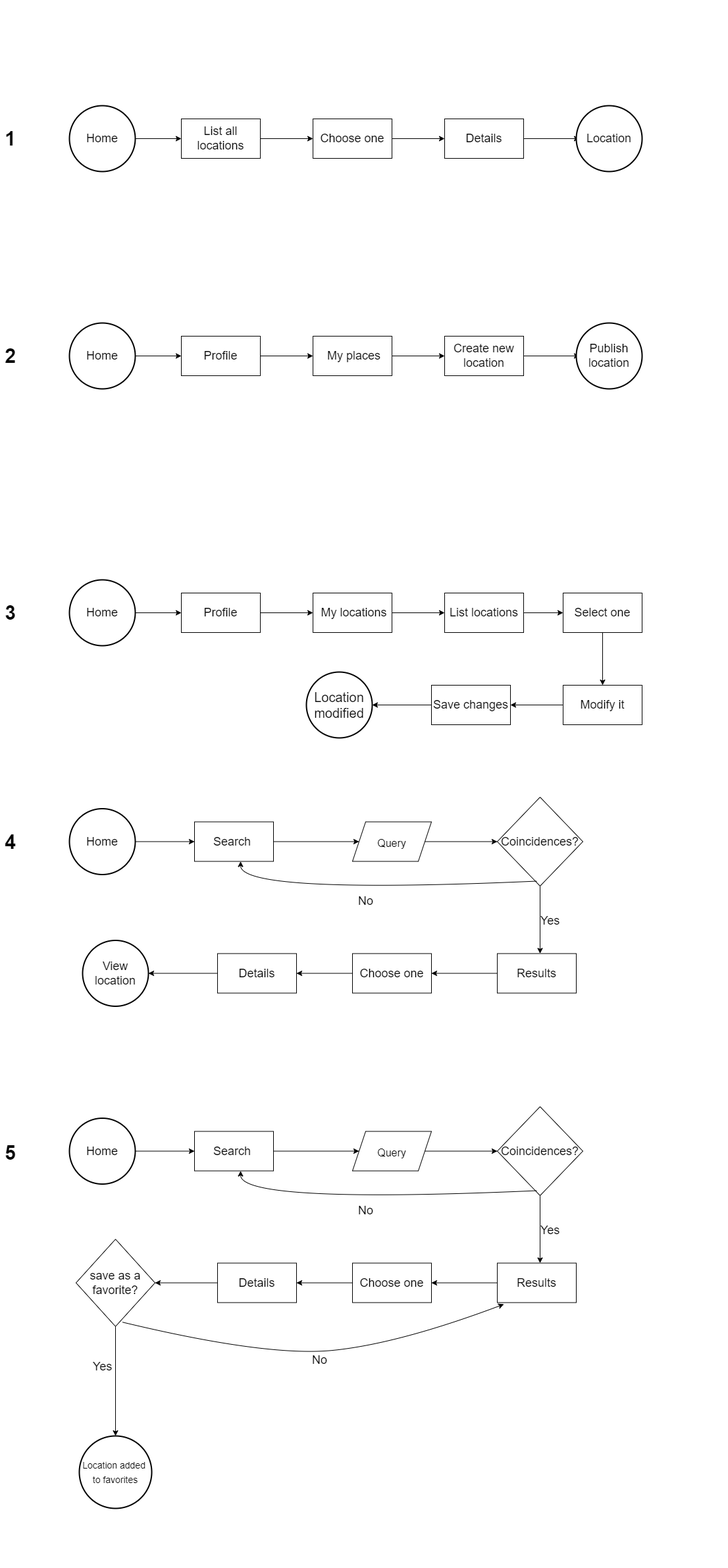
Before: staff/paula-rey/full-stack/final-project/docs/images/flow-chart.png, a diagram exported from draw.io (b00tc4mp/neoland-bootcamp-202201). Source tidied: cells renumbered, new cells last; positions are measured from the earlier drawing's top-left corner, leaving out a move shared by most shapes.
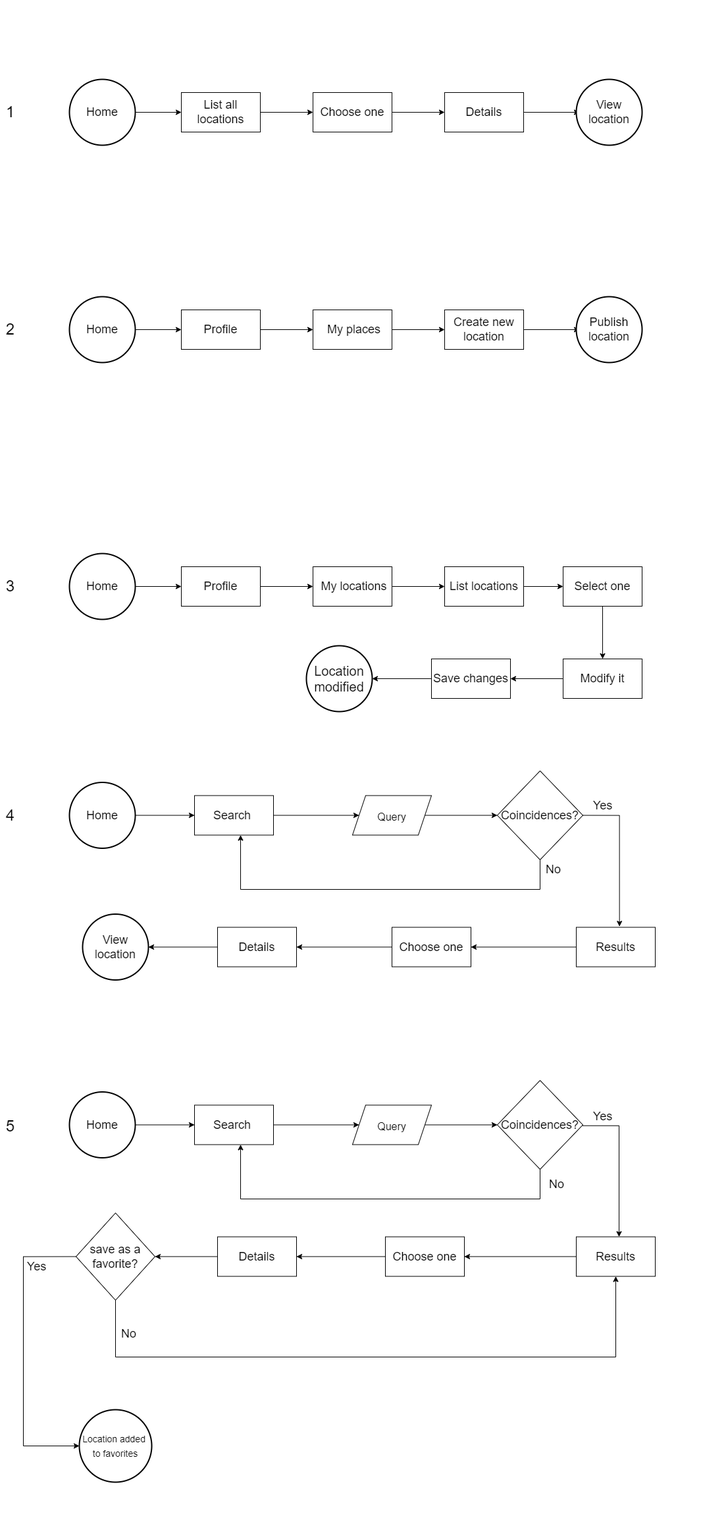
After the commit.

The edit, as a diff of the source:
```diff
@@ -14,10 +14,8 @@
     <mxCell id="5" value="&lt;font style=&quot;font-size: 18px&quot;&gt;Search&amp;nbsp;&lt;/font&gt;" style="whiteSpace=wrap;html=1;" parent="1" vertex="1">
       <mxGeometry x="295" y="1247.5" width="120" height="60" as="geometry" />
     </mxCell>
-    <mxCell id="6" style="edgeStyle=orthogonalEdgeStyle;rounded=0;jettySize=auto;html=1;fontSize=18;" parent="1" edge="1" source="7">
-      <mxGeometry relative="1" as="geometry">
-        <mxPoint x="820" y="1447.5" as="targetPoint" />
-      </mxGeometry>
+    <mxCell id="6" style="edgeStyle=orthogonalEdgeStyle;rounded=0;jettySize=auto;html=1;fontSize=18;exitX=1;exitY=0.5;exitDx=0;exitDy=0;entryX=0.547;entryY=-0.021;entryDx=0;entryDy=0;entryPerimeter=0;" parent="1" edge="1" source="7" target="41">
+      <mxGeometry relative="1" as="geometry" />
     </mxCell>
     <mxCell id="7" value="Coincidences?" style="rhombus;whiteSpace=wrap;html=1;fontSize=18;" parent="1" vertex="1">
       <mxGeometry x="755" y="1210" width="130" height="135" as="geometry" />
@@ -48,14 +46,14 @@
     <mxCell id="15" value="&lt;font style=&quot;font-size: 18px&quot;&gt;Choose one&lt;/font&gt;" style="whiteSpace=wrap;html=1;" parent="1" vertex="1">
       <mxGeometry x="475" y="180" width="120" height="60" as="geometry" />
     </mxCell>
-    <mxCell id="16" value="&lt;span style=&quot;font-size: 18px&quot;&gt;Location&lt;/span&gt;" style="ellipse;whiteSpace=wrap;html=1;strokeWidth=2;" parent="1" vertex="1">
+    <mxCell id="16" value="&lt;span style=&quot;font-size: 18px&quot;&gt;View&lt;br&gt;location&lt;/span&gt;" style="ellipse;whiteSpace=wrap;html=1;strokeWidth=2;" parent="1" vertex="1">
       <mxGeometry x="875" y="160" width="100" height="100" as="geometry" />
     </mxCell>
-    <mxCell id="17" value="&lt;font size=&quot;1&quot;&gt;&lt;b style=&quot;font-size: 30px&quot;&gt;1&lt;/b&gt;&lt;/font&gt;" style="text;html=1;align=center;verticalAlign=middle;strokeColor=none;fillColor=none;fontSize=18;strokeWidth=1;" parent="1" vertex="1">
-      <mxGeometry y="190" width="30" height="40" as="geometry" />
+    <mxCell id="17" value="&lt;font style=&quot;font-size: 24px&quot;&gt;1&lt;/font&gt;" style="text;html=1;align=center;verticalAlign=middle;strokeColor=none;fillColor=none;fontSize=18;" parent="1" vertex="1">
+      <mxGeometry y="195" width="30" height="30" as="geometry" />
     </mxCell>
-    <mxCell id="18" value="&lt;font size=&quot;1&quot;&gt;&lt;b style=&quot;font-size: 30px&quot;&gt;4&lt;/b&gt;&lt;/font&gt;" style="text;html=1;align=center;verticalAlign=middle;strokeColor=none;fillColor=none;fontSize=18;strokeWidth=1;" parent="1" vertex="1">
-      <mxGeometry y="1257.5" width="30" height="40" as="geometry" />
+    <mxCell id="18" value="&lt;font style=&quot;font-size: 24px&quot;&gt;4&lt;/font&gt;" style="text;html=1;align=center;verticalAlign=middle;strokeColor=none;fillColor=none;fontSize=18;" parent="1" vertex="1">
+      <mxGeometry y="1262.5" width="30" height="30" as="geometry" />
     </mxCell>
     <mxCell id="19" style="edgeStyle=orthogonalEdgeStyle;rounded=0;jettySize=auto;html=1;fontSize=18;" parent="1" edge="1" source="20">
       <mxGeometry relative="1" as="geometry">
@@ -65,8 +63,8 @@
     <mxCell id="20" value="&lt;font size=&quot;3&quot;&gt;Query&lt;/font&gt;" style="shape=parallelogram;perimeter=parallelogramPerimeter;whiteSpace=wrap;html=1;fixedSize=1;fontSize=24;" parent="1" vertex="1">
       <mxGeometry x="535" y="1247.5" width="120" height="60" as="geometry" />
     </mxCell>
-    <mxCell id="21" value="&lt;font size=&quot;1&quot;&gt;&lt;b style=&quot;font-size: 30px&quot;&gt;5&lt;/b&gt;&lt;/font&gt;" style="text;html=1;align=center;verticalAlign=middle;strokeColor=none;fillColor=none;fontSize=18;strokeWidth=1;" parent="1" vertex="1">
-      <mxGeometry y="1730" width="30" height="40" as="geometry" />
+    <mxCell id="21" value="&lt;font style=&quot;font-size: 24px&quot;&gt;5&lt;/font&gt;" style="text;html=1;align=center;verticalAlign=middle;strokeColor=none;fillColor=none;fontSize=18;" parent="1" vertex="1">
+      <mxGeometry y="1735" width="30" height="30" as="geometry" />
     </mxCell>
     <mxCell id="22" style="edgeStyle=orthogonalEdgeStyle;rounded=0;jettySize=auto;html=1;fontSize=24;" parent="1" edge="1" source="23" target="25">
       <mxGeometry relative="1" as="geometry" />
@@ -97,14 +95,14 @@
     <mxCell id="30" value="&lt;span style=&quot;font-size: 18px&quot;&gt;Publish location&lt;/span&gt;" style="ellipse;whiteSpace=wrap;html=1;strokeWidth=2;" parent="1" vertex="1">
       <mxGeometry x="875" y="490" width="100" height="100" as="geometry" />
     </mxCell>
-    <mxCell id="31" value="&lt;font size=&quot;1&quot;&gt;&lt;b style=&quot;font-size: 30px&quot;&gt;2&lt;/b&gt;&lt;/font&gt;" style="text;html=1;align=center;verticalAlign=middle;strokeColor=none;fillColor=none;fontSize=18;strokeWidth=1;" parent="1" vertex="1">
-      <mxGeometry y="520" width="30" height="40" as="geometry" />
+    <mxCell id="31" value="&lt;font style=&quot;font-size: 24px&quot;&gt;2&lt;/font&gt;" style="text;html=1;align=center;verticalAlign=middle;strokeColor=none;fillColor=none;fontSize=18;" parent="1" vertex="1">
+      <mxGeometry y="525" width="30" height="30" as="geometry" />
     </mxCell>
     <mxCell id="32" style="edgeStyle=orthogonalEdgeStyle;rounded=0;jettySize=auto;html=1;fontSize=18;" parent="1" edge="1" source="33" target="35">
       <mxGeometry relative="1" as="geometry" />
     </mxCell>
     <mxCell id="33" value="Choose one" style="whiteSpace=wrap;html=1;fontSize=18;" parent="1" vertex="1">
-      <mxGeometry x="535" y="1447.5" width="120" height="60" as="geometry" />
+      <mxGeometry x="595" y="1447.5" width="120" height="60" as="geometry" />
     </mxCell>
     <mxCell id="34" style="edgeStyle=orthogonalEdgeStyle;rounded=0;jettySize=auto;html=1;fontSize=18;" parent="1" edge="1" source="35" target="36">
       <mxGeometry relative="1" as="geometry" />
@@ -116,25 +114,25 @@
       <mxGeometry x="125" y="1427.5" width="100" height="100" as="geometry" />
     </mxCell>
     <mxCell id="37" value="Yes" style="text;html=1;align=center;verticalAlign=middle;strokeColor=none;fillColor=none;fontSize=18;" parent="1" vertex="1">
-      <mxGeometry x="810" y="1382.5" width="50" height="30" as="geometry" />
+      <mxGeometry x="890" y="1247.5" width="50" height="30" as="geometry" />
     </mxCell>
-    <mxCell id="38" style="curved=1;endArrow=classic;html=1;rounded=0;fontSize=18;" parent="1" edge="1">
+    <mxCell id="38" style="endArrow=classic;html=1;rounded=0;fontSize=18;edgeStyle=orthogonalEdgeStyle;exitX=0.5;exitY=1;exitDx=0;exitDy=0;" parent="1" edge="1" source="7">
       <mxGeometry relative="1" as="geometry">
-        <mxPoint x="815" y="1337.5" as="sourcePoint" />
         <mxPoint x="365" y="1307.5" as="targetPoint" />
         <Array as="points">
-          <mxPoint x="365" y="1357.5" />
+          <mxPoint x="820" y="1390" />
+          <mxPoint x="365" y="1390" />
         </Array>
       </mxGeometry>
     </mxCell>
     <mxCell id="39" value="No" style="text;html=1;align=center;verticalAlign=middle;strokeColor=none;fillColor=none;fontSize=18;" parent="1" vertex="1">
-      <mxGeometry x="535" y="1352.5" width="40" height="30" as="geometry" />
+      <mxGeometry x="820" y="1345" width="40" height="30" as="geometry" />
     </mxCell>
     <mxCell id="40" style="edgeStyle=orthogonalEdgeStyle;rounded=0;jettySize=auto;html=1;fontSize=18;" parent="1" edge="1" source="41" target="33">
       <mxGeometry relative="1" as="geometry" />
     </mxCell>
     <mxCell id="41" value="Results" style="rounded=0;whiteSpace=wrap;html=1;fontSize=18;" parent="1" vertex="1">
-      <mxGeometry x="755" y="1447.5" width="120" height="60" as="geometry" />
+      <mxGeometry x="875" y="1447.5" width="120" height="60" as="geometry" />
     </mxCell>
     <mxCell id="42" style="edgeStyle=orthogonalEdgeStyle;rounded=0;jettySize=auto;html=1;fontSize=24;" parent="1" edge="1" source="43" target="45">
       <mxGeometry relative="1" as="geometry" />
@@ -148,11 +146,6 @@
     <mxCell id="45" value="&lt;font style=&quot;font-size: 18px&quot;&gt;Search&amp;nbsp;&lt;/font&gt;" style="whiteSpace=wrap;html=1;" parent="1" vertex="1">
       <mxGeometry x="295" y="1717.5" width="120" height="60" as="geometry" />
     </mxCell>
-    <mxCell id="46" style="edgeStyle=orthogonalEdgeStyle;rounded=0;jettySize=auto;html=1;fontSize=18;" parent="1" edge="1" source="47">
-      <mxGeometry relative="1" as="geometry">
-        <mxPoint x="820" y="1917.5" as="targetPoint" />
-      </mxGeometry>
-    </mxCell>
     <mxCell id="47" value="Coincidences?" style="rhombus;whiteSpace=wrap;html=1;fontSize=18;" parent="1" vertex="1">
       <mxGeometry x="755" y="1680" width="130" height="135" as="geometry" />
     </mxCell>
@@ -168,7 +161,7 @@
       <mxGeometry relative="1" as="geometry" />
     </mxCell>
     <mxCell id="51" value="Choose one" style="whiteSpace=wrap;html=1;fontSize=18;" parent="1" vertex="1">
-      <mxGeometry x="535" y="1917.5" width="120" height="60" as="geometry" />
+      <mxGeometry x="585" y="1917.5" width="120" height="60" as="geometry" />
     </mxCell>
     <mxCell id="52" style="edgeStyle=orthogonalEdgeStyle;rounded=0;jettySize=auto;html=1;fontSize=18;" parent="1" edge="1" source="53">
       <mxGeometry relative="1" as="geometry">
@@ -179,25 +172,16 @@
       <mxGeometry x="330" y="1917.5" width="120" height="60" as="geometry" />
     </mxCell>
     <mxCell id="54" value="Yes" style="text;html=1;align=center;verticalAlign=middle;strokeColor=none;fillColor=none;fontSize=18;" parent="1" vertex="1">
-      <mxGeometry x="810" y="1852.5" width="50" height="30" as="geometry" />
+      <mxGeometry x="890" y="1720" width="50" height="30" as="geometry" />
     </mxCell>
-    <mxCell id="55" style="curved=1;endArrow=classic;html=1;rounded=0;fontSize=18;" parent="1" edge="1">
-      <mxGeometry relative="1" as="geometry">
-        <mxPoint x="815" y="1807.5" as="sourcePoint" />
-        <mxPoint x="365" y="1777.5" as="targetPoint" />
-        <Array as="points">
-          <mxPoint x="365" y="1827.5" />
-        </Array>
-      </mxGeometry>
-    </mxCell>
     <mxCell id="56" value="No" style="text;html=1;align=center;verticalAlign=middle;strokeColor=none;fillColor=none;fontSize=18;" parent="1" vertex="1">
-      <mxGeometry x="535" y="1822.5" width="40" height="30" as="geometry" />
+      <mxGeometry x="825" y="1822.5" width="40" height="30" as="geometry" />
     </mxCell>
     <mxCell id="57" style="edgeStyle=orthogonalEdgeStyle;rounded=0;jettySize=auto;html=1;fontSize=18;" parent="1" edge="1" source="58" target="51">
       <mxGeometry relative="1" as="geometry" />
     </mxCell>
     <mxCell id="58" value="Results" style="rounded=0;whiteSpace=wrap;html=1;fontSize=18;" parent="1" vertex="1">
-      <mxGeometry x="755" y="1917.5" width="120" height="60" as="geometry" />
+      <mxGeometry x="875" y="1917.5" width="120" height="60" as="geometry" />
     </mxCell>
     <mxCell id="59" style="edgeStyle=orthogonalEdgeStyle;rounded=0;jettySize=auto;html=1;fontSize=24;" parent="1" edge="1" source="60" target="62">
       <mxGeometry relative="1" as="geometry" />
@@ -223,8 +207,8 @@
     <mxCell id="66" value="&lt;span style=&quot;font-size: 18px&quot;&gt;&amp;nbsp;My locations&lt;/span&gt;" style="whiteSpace=wrap;html=1;" parent="1" vertex="1">
       <mxGeometry x="475" y="900" width="120" height="60" as="geometry" />
     </mxCell>
-    <mxCell id="67" value="&lt;font size=&quot;1&quot;&gt;&lt;b style=&quot;font-size: 30px&quot;&gt;3&lt;/b&gt;&lt;/font&gt;" style="text;html=1;align=center;verticalAlign=middle;strokeColor=none;fillColor=none;fontSize=18;strokeWidth=1;" parent="1" vertex="1">
-      <mxGeometry y="910" width="30" height="40" as="geometry" />
+    <mxCell id="67" value="&lt;font style=&quot;font-size: 24px&quot;&gt;3&lt;/font&gt;" style="text;html=1;align=center;verticalAlign=middle;strokeColor=none;fillColor=none;fontSize=18;" parent="1" vertex="1">
+      <mxGeometry y="915" width="30" height="30" as="geometry" />
     </mxCell>
     <mxCell id="68" style="edgeStyle=orthogonalEdgeStyle;rounded=0;jettySize=auto;html=1;fontSize=18;" parent="1" edge="1" source="69" target="71">
       <mxGeometry relative="1" as="geometry" />
@@ -247,27 +231,31 @@
     <mxCell id="74" value="&lt;span style=&quot;font-family: , &amp;#34;blinkmacsystemfont&amp;#34; , &amp;#34;segoe ui&amp;#34; , &amp;#34;roboto&amp;#34; , &amp;#34;helvetica&amp;#34; , &amp;#34;arial&amp;#34; , sans-serif ; font-size: 20px ; text-align: left ; background-color: rgb(255 , 255 , 255)&quot;&gt;Location modified&lt;/span&gt;" style="ellipse;whiteSpace=wrap;html=1;strokeWidth=2;" parent="1" vertex="1">
       <mxGeometry x="465" y="1020" width="100" height="100" as="geometry" />
     </mxCell>
-    <mxCell id="75" style="edgeStyle=orthogonalEdgeStyle;rounded=0;jettySize=auto;html=1;fontSize=18;entryX=0.5;entryY=0;entryDx=0;entryDy=0;" parent="1" edge="1" source="76" target="78">
-      <mxGeometry relative="1" as="geometry" />
+    <mxCell id="75" style="edgeStyle=orthogonalEdgeStyle;rounded=0;jettySize=auto;html=1;fontSize=18;entryX=0;entryY=0.5;entryDx=0;entryDy=0;exitX=0;exitY=0.5;exitDx=0;exitDy=0;" parent="1" edge="1" source="76" target="78">
+      <mxGeometry relative="1" as="geometry">
+        <Array as="points">
+          <mxPoint x="35" y="1948" />
+          <mxPoint x="35" y="2235" />
+        </Array>
+      </mxGeometry>
     </mxCell>
     <mxCell id="76" value="&lt;font style=&quot;font-size: 18px&quot;&gt;save as a favorite?&lt;/font&gt;" style="rhombus;whiteSpace=wrap;html=1;" parent="1" vertex="1">
       <mxGeometry x="115" y="1881.2" width="120" height="132.5" as="geometry" />
     </mxCell>
     <mxCell id="77" value="No" style="text;html=1;align=center;verticalAlign=middle;strokeColor=none;fillColor=none;fontSize=18;" parent="1" vertex="1">
-      <mxGeometry x="465" y="2050" width="40" height="30" as="geometry" />
+      <mxGeometry x="175" y="2050" width="40" height="30" as="geometry" />
     </mxCell>
     <mxCell id="78" value="&lt;span&gt;&lt;font style=&quot;font-size: 14px&quot;&gt;Location added &lt;br&gt;to favorites&lt;/font&gt;&lt;/span&gt;" style="ellipse;whiteSpace=wrap;html=1;fontSize=18;strokeWidth=2;" parent="1" vertex="1">
       <mxGeometry x="120" y="2180" width="110" height="110" as="geometry" />
     </mxCell>
     <mxCell id="79" value="Yes" style="text;html=1;align=center;verticalAlign=middle;strokeColor=none;fillColor=none;fontSize=18;" parent="1" vertex="1">
-      <mxGeometry x="130" y="2060" width="50" height="30" as="geometry" />
+      <mxGeometry x="30" y="1947.5" width="50" height="30" as="geometry" />
     </mxCell>
-    <mxCell id="80" style="curved=1;endArrow=classic;html=1;rounded=0;fontSize=14;exitX=0.589;exitY=0.951;exitDx=0;exitDy=0;exitPerimeter=0;" parent="1" edge="1" source="76">
+    <mxCell id="80" style="endArrow=classic;html=1;rounded=0;fontSize=14;exitX=0.5;exitY=1;exitDx=0;exitDy=0;edgeStyle=orthogonalEdgeStyle;" parent="1" edge="1" source="76" target="58">
       <mxGeometry relative="1" as="geometry">
-        <mxPoint x="765" y="1980" as="targetPoint" />
         <Array as="points">
-          <mxPoint x="405" y="2060" />
-          <mxPoint x="605" y="2040" />
+          <mxPoint x="175" y="2100" />
+          <mxPoint x="935" y="2100" />
         </Array>
       </mxGeometry>
     </mxCell>
@@ -280,11 +268,33 @@
     <mxCell id="83" value="&amp;nbsp; &amp;nbsp; &amp;nbsp; &amp;nbsp; &amp;nbsp;" style="text;html=1;align=center;verticalAlign=middle;strokeColor=none;fillColor=none;" parent="1" vertex="1">
       <mxGeometry x="1015" y="1730" width="50" height="20" as="geometry" />
     </mxCell>
-    <mxCell id="84" value="&amp;nbsp; &amp;nbsp; &amp;nbsp; &amp;nbsp; &amp;nbsp;" style="text;html=1;align=center;verticalAlign=middle;strokeColor=none;fillColor=none;" parent="1" vertex="1">
-      <mxGeometry x="510" width="50" height="20" as="geometry" />
-    </mxCell>
-    <mxCell id="85" value="&amp;nbsp; &amp;nbsp; &amp;nbsp; &amp;nbsp; &amp;nbsp;" style="text;html=1;align=center;verticalAlign=middle;strokeColor=none;fillColor=none;" parent="1" vertex="1">
-      <mxGeometry x="490" y="2360" width="50" height="20" as="geometry" />
-    </mxCell>
+    <mxCell id="86" style="endArrow=classic;html=1;rounded=0;fontSize=18;edgeStyle=orthogonalEdgeStyle;exitX=0.5;exitY=1;exitDx=0;exitDy=0;" parent="1" edge="1">
+      <mxGeometry relative="1" as="geometry">
+        <mxPoint x="820" y="1815" as="sourcePoint" />
+        <mxPoint x="365" y="1777.5" as="targetPoint" />
+        <Array as="points">
+          <mxPoint x="820" y="1860" />
+          <mxPoint x="365" y="1860" />
+        </Array>
+      </mxGeometry>
+    </mxCell>
+    <mxCell id="87" style="edgeStyle=orthogonalEdgeStyle;rounded=0;orthogonalLoop=1;jettySize=auto;html=1;fontSize=18;exitX=1;exitY=0.5;exitDx=0;exitDy=0;entryX=0.547;entryY=-0.021;entryDx=0;entryDy=0;entryPerimeter=0;" parent="1" edge="1">
+      <mxGeometry relative="1" as="geometry">
+        <mxPoint x="884.4" y="1748.8" as="sourcePoint" />
+        <mxPoint x="940" y="1917.5" as="targetPoint" />
+      </mxGeometry>
+    </mxCell>
+    <mxCell id="88" value="&amp;nbsp; &amp;nbsp; &amp;nbsp;&amp;nbsp;" style="text;html=1;align=center;verticalAlign=middle;strokeColor=none;fillColor=none;" parent="1" vertex="1">
+      <mxGeometry x="25" y="40" width="40" height="20" as="geometry" />
+    </mxCell>
+    <mxCell id="89" value="&amp;nbsp; &amp;nbsp; &amp;nbsp;&amp;nbsp;" style="text;html=1;align=center;verticalAlign=middle;strokeColor=none;fillColor=none;" parent="1" vertex="1">
+      <mxGeometry x="1045" y="50" width="40" height="20" as="geometry" />
+    </mxCell>
+    <mxCell id="90" value="&amp;nbsp; &amp;nbsp; &amp;nbsp;&amp;nbsp;" style="text;html=1;align=center;verticalAlign=middle;strokeColor=none;fillColor=none;" parent="1" vertex="1">
+      <mxGeometry x="1065" y="1427.5" width="40" height="20" as="geometry" />
+    </mxCell>
+    <mxCell id="91" value="&amp;nbsp; &amp;nbsp; &amp;nbsp;&amp;nbsp;" style="text;html=1;align=center;verticalAlign=middle;strokeColor=none;fillColor=none;" parent="1" vertex="1">
+      <mxGeometry x="1015" y="2330" width="40" height="20" as="geometry" />
+    </mxCell>
   </root>
 </mxGraphModel>
```
